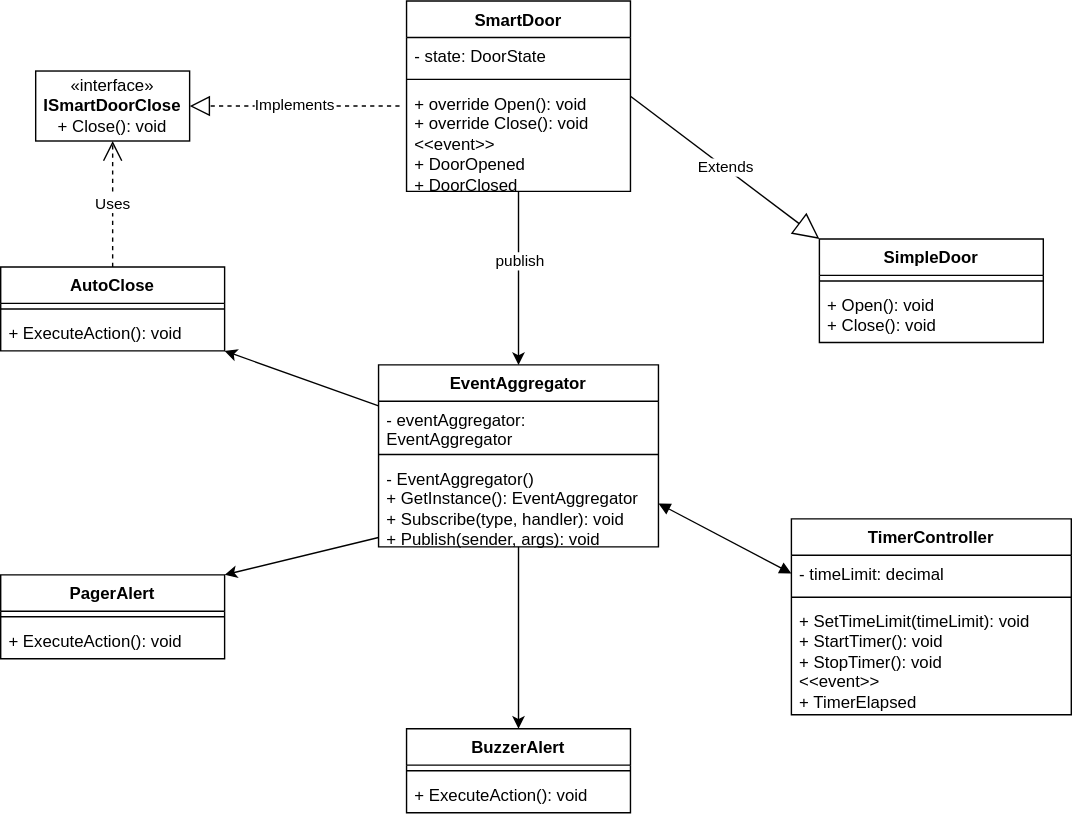
The draw.io diagram Article/Improved Design.svg in rnachiappan123/Zeiss-Freshers-Bootcamp-2024, before a commit. Source tidied: cells renumbered, new cells last; positions are measured from the earlier drawing's top-left corner, leaving out a move shared by most shapes. Source of this version:
```xml
<mxGraphModel>
  <root>
    <mxCell id="0" />
    <mxCell id="1" parent="0" />
    <mxCell id="2" value="SimpleDoor" style="swimlane;fontStyle=1;align=center;verticalAlign=top;horizontal=1;startSize=26;whiteSpace=wrap;html=1;" parent="1" vertex="1">
      <mxGeometry x="585" y="170" width="160" height="74" as="geometry" />
    </mxCell>
    <mxCell id="3" style="line;strokeWidth=1;fillColor=none;align=left;verticalAlign=middle;spacingTop=-1;spacingLeft=3;spacingRight=3;labelPosition=right;strokeColor=inherit;" parent="2" vertex="1">
      <mxGeometry y="26" width="160" height="8" as="geometry" />
    </mxCell>
    <mxCell id="4" value="&lt;div&gt;+ Open(): void&lt;/div&gt;&lt;div&gt;+ Close(): void&lt;br&gt;&lt;/div&gt;" style="text;strokeColor=none;fillColor=none;align=left;verticalAlign=top;spacingLeft=4;spacingRight=4;overflow=hidden;whiteSpace=wrap;html=1;" parent="2" vertex="1">
      <mxGeometry y="34" width="160" height="40" as="geometry" />
    </mxCell>
    <mxCell id="5" style="edgeStyle=orthogonalEdgeStyle;rounded=0;jettySize=auto;html=1;entryX=0.5;entryY=0;entryDx=0;entryDy=0;" parent="1" edge="1" source="7" target="27">
      <mxGeometry relative="1" as="geometry" />
    </mxCell>
    <mxCell id="6" value="publish" style="edgeLabel;html=1;align=center;verticalAlign=middle;" parent="5" vertex="1">
      <mxGeometry x="-0.22" relative="1" as="geometry" />
    </mxCell>
    <mxCell id="7" value="SmartDoor" style="swimlane;fontStyle=1;align=center;verticalAlign=top;horizontal=1;startSize=26;whiteSpace=wrap;html=1;" parent="1" vertex="1">
      <mxGeometry x="290" width="160" height="136" as="geometry" />
    </mxCell>
    <mxCell id="8" value="- state: DoorState" style="text;strokeColor=none;fillColor=none;align=left;verticalAlign=top;spacingLeft=4;spacingRight=4;overflow=hidden;whiteSpace=wrap;html=1;" parent="7" vertex="1">
      <mxGeometry y="26" width="160" height="26" as="geometry" />
    </mxCell>
    <mxCell id="9" style="line;strokeWidth=1;fillColor=none;align=left;verticalAlign=middle;spacingTop=-1;spacingLeft=3;spacingRight=3;labelPosition=right;strokeColor=inherit;" parent="7" vertex="1">
      <mxGeometry y="52" width="160" height="8" as="geometry" />
    </mxCell>
    <mxCell id="10" value="&lt;div&gt;+ override Open(): void&lt;/div&gt;&lt;div&gt;+ override Close(): void&lt;/div&gt;&lt;div&gt;&amp;lt;&amp;lt;event&amp;gt;&amp;gt;&lt;/div&gt;&lt;div&gt;+ DoorOpened&lt;br&gt;&lt;/div&gt;&lt;div&gt;+ DoorClosed&lt;br&gt;&lt;/div&gt;" style="text;strokeColor=none;fillColor=none;align=left;verticalAlign=top;spacingLeft=4;spacingRight=4;overflow=hidden;whiteSpace=wrap;html=1;" parent="7" vertex="1">
      <mxGeometry y="60" width="160" height="76" as="geometry" />
    </mxCell>
    <mxCell id="11" value="TimerController" style="swimlane;fontStyle=1;align=center;verticalAlign=top;horizontal=1;startSize=26;whiteSpace=wrap;html=1;" parent="1" vertex="1">
      <mxGeometry x="565" y="370" width="200" height="140" as="geometry" />
    </mxCell>
    <mxCell id="12" value="- timeLimit: decimal" style="text;strokeColor=none;fillColor=none;align=left;verticalAlign=top;spacingLeft=4;spacingRight=4;overflow=hidden;points=[[0,0.5],[1,0.5]];portConstraint=eastwest;whiteSpace=wrap;html=1;" parent="11" vertex="1">
      <mxGeometry y="26" width="200" height="26" as="geometry" />
    </mxCell>
    <mxCell id="13" style="line;strokeWidth=1;fillColor=none;align=left;verticalAlign=middle;spacingTop=-1;spacingLeft=3;spacingRight=3;labelPosition=right;strokeColor=inherit;" parent="11" vertex="1">
      <mxGeometry y="52" width="200" height="8" as="geometry" />
    </mxCell>
    <mxCell id="14" value="&lt;div&gt;+ SetTimeLimit(timeLimit): void&lt;br&gt;&lt;/div&gt;&lt;div&gt;+ StartTimer(): void&lt;/div&gt;&lt;div&gt;+ StopTimer(): void&lt;/div&gt;&lt;div&gt;&amp;lt;&amp;lt;event&amp;gt;&amp;gt;&lt;/div&gt;&lt;div&gt;+ TimerElapsed&lt;br&gt;&lt;/div&gt;" style="text;strokeColor=none;fillColor=none;align=left;verticalAlign=top;spacingLeft=4;spacingRight=4;overflow=hidden;whiteSpace=wrap;html=1;" parent="11" vertex="1">
      <mxGeometry y="60" width="200" height="80" as="geometry" />
    </mxCell>
    <mxCell id="15" value="BuzzerAlert" style="swimlane;fontStyle=1;align=center;verticalAlign=top;horizontal=1;startSize=26;whiteSpace=wrap;html=1;" parent="1" vertex="1">
      <mxGeometry x="290" y="520" width="160" height="60" as="geometry" />
    </mxCell>
    <mxCell id="16" style="line;strokeWidth=1;fillColor=none;align=left;verticalAlign=middle;spacingTop=-1;spacingLeft=3;spacingRight=3;labelPosition=right;strokeColor=inherit;" parent="15" vertex="1">
      <mxGeometry y="26" width="160" height="8" as="geometry" />
    </mxCell>
    <mxCell id="17" value="+ ExecuteAction(): void" style="text;strokeColor=none;fillColor=none;align=left;verticalAlign=top;spacingLeft=4;spacingRight=4;overflow=hidden;whiteSpace=wrap;html=1;" parent="15" vertex="1">
      <mxGeometry y="34" width="160" height="26" as="geometry" />
    </mxCell>
    <mxCell id="18" value="PagerAlert" style="swimlane;fontStyle=1;align=center;verticalAlign=top;horizontal=1;startSize=26;whiteSpace=wrap;html=1;" parent="1" vertex="1">
      <mxGeometry y="410" width="160" height="60" as="geometry" />
    </mxCell>
    <mxCell id="19" style="line;strokeWidth=1;fillColor=none;align=left;verticalAlign=middle;spacingTop=-1;spacingLeft=3;spacingRight=3;labelPosition=right;strokeColor=inherit;" parent="18" vertex="1">
      <mxGeometry y="26" width="160" height="8" as="geometry" />
    </mxCell>
    <mxCell id="20" value="+ ExecuteAction(): void" style="text;strokeColor=none;fillColor=none;align=left;verticalAlign=top;spacingLeft=4;spacingRight=4;overflow=hidden;whiteSpace=wrap;html=1;" parent="18" vertex="1">
      <mxGeometry y="34" width="160" height="26" as="geometry" />
    </mxCell>
    <mxCell id="21" value="AutoClose" style="swimlane;fontStyle=1;align=center;verticalAlign=top;horizontal=1;startSize=26;whiteSpace=wrap;html=1;" parent="1" vertex="1">
      <mxGeometry y="190" width="160" height="60" as="geometry" />
    </mxCell>
    <mxCell id="22" style="line;strokeWidth=1;fillColor=none;align=left;verticalAlign=middle;spacingTop=-1;spacingLeft=3;spacingRight=3;labelPosition=right;strokeColor=inherit;" parent="21" vertex="1">
      <mxGeometry y="26" width="160" height="8" as="geometry" />
    </mxCell>
    <mxCell id="23" value="+ ExecuteAction(): void" style="text;strokeColor=none;fillColor=none;align=left;verticalAlign=top;spacingLeft=4;spacingRight=4;overflow=hidden;whiteSpace=wrap;html=1;" parent="21" vertex="1">
      <mxGeometry y="34" width="160" height="26" as="geometry" />
    </mxCell>
    <mxCell id="24" value="Extends" style="endArrow=block;endSize=16;endFill=0;html=1;rounded=0;exitX=1;exitY=0.5;exitDx=0;exitDy=0;entryX=0;entryY=0;entryDx=0;entryDy=0;" parent="1" edge="1" source="7" target="2">
      <mxGeometry relative="1" as="geometry" />
    </mxCell>
    <mxCell id="25" style="edgeStyle=orthogonalEdgeStyle;rounded=0;jettySize=auto;html=1;entryX=0.5;entryY=0;entryDx=0;entryDy=0;" parent="1" edge="1" source="27" target="15">
      <mxGeometry relative="1" as="geometry" />
    </mxCell>
    <mxCell id="26" style="rounded=0;jettySize=auto;html=1;entryX=1;entryY=1;entryDx=0;entryDy=0;" parent="1" edge="1" source="27" target="21">
      <mxGeometry relative="1" as="geometry" />
    </mxCell>
    <mxCell id="27" value="EventAggregator" style="swimlane;fontStyle=1;align=center;verticalAlign=top;horizontal=1;startSize=26;whiteSpace=wrap;html=1;" parent="1" vertex="1">
      <mxGeometry x="270" y="260" width="200" height="130" as="geometry" />
    </mxCell>
    <mxCell id="28" value="&lt;div&gt;- eventAggregator: EventAggregator&lt;/div&gt;&lt;div&gt;- subscriberList: dictionary&lt;/div&gt;" style="text;strokeColor=none;fillColor=none;align=left;verticalAlign=top;spacingLeft=4;spacingRight=4;overflow=hidden;whiteSpace=wrap;html=1;" parent="27" vertex="1">
      <mxGeometry y="26" width="200" height="34" as="geometry" />
    </mxCell>
    <mxCell id="29" style="line;strokeWidth=1;fillColor=none;align=left;verticalAlign=middle;spacingTop=-1;spacingLeft=3;spacingRight=3;labelPosition=right;strokeColor=inherit;" parent="27" vertex="1">
      <mxGeometry y="60" width="200" height="8" as="geometry" />
    </mxCell>
    <mxCell id="30" value="&lt;div&gt;- EventAggregator()&lt;/div&gt;&lt;div&gt;+ GetInstance(): EventAggregator&lt;br&gt;&lt;/div&gt;&lt;div&gt;+ Subscribe(type, handler): void&lt;/div&gt;&lt;div&gt;+ Publish(sender, args): void&lt;br&gt;&lt;/div&gt;" style="text;strokeColor=none;fillColor=none;align=left;verticalAlign=top;spacingLeft=4;spacingRight=4;overflow=hidden;points=[[0,0.5],[1,0.5]];portConstraint=eastwest;whiteSpace=wrap;html=1;" parent="27" vertex="1">
      <mxGeometry y="68" width="200" height="62" as="geometry" />
    </mxCell>
    <mxCell id="31" value="«interface»&lt;br&gt;&lt;div&gt;&lt;b&gt;ISmartDoorClose&lt;/b&gt;&lt;/div&gt;&lt;div&gt;+ Close(): void&lt;br&gt;&lt;/div&gt;" style="html=1;whiteSpace=wrap;" parent="1" vertex="1">
      <mxGeometry x="25" y="50" width="110" height="50" as="geometry" />
    </mxCell>
    <mxCell id="32" value="Uses" style="endArrow=open;endSize=12;dashed=1;html=1;rounded=0;exitX=0.5;exitY=0;exitDx=0;exitDy=0;entryX=0.5;entryY=1;entryDx=0;entryDy=0;" parent="1" edge="1" source="21" target="31">
      <mxGeometry relative="1" as="geometry" />
    </mxCell>
    <mxCell id="33" style="endArrow=block;dashed=1;endFill=0;endSize=12;html=1;rounded=0;entryX=1;entryY=0.5;entryDx=0;entryDy=0;" parent="1" edge="1" target="31">
      <mxGeometry relative="1" as="geometry">
        <mxPoint x="285" y="75" as="sourcePoint" />
      </mxGeometry>
    </mxCell>
    <mxCell id="34" value="Implements" style="edgeLabel;html=1;align=center;verticalAlign=middle;" parent="33" vertex="1">
      <mxGeometry x="0.02" y="-2" relative="1" as="geometry" />
    </mxCell>
    <mxCell id="35" style="rounded=0;jettySize=auto;html=1;entryX=1;entryY=0;entryDx=0;entryDy=0;" parent="1" edge="1" source="30" target="18">
      <mxGeometry relative="1" as="geometry" />
    </mxCell>
    <mxCell id="36" style="endArrow=block;startArrow=block;endFill=1;startFill=1;html=1;rounded=0;entryX=0;entryY=0.5;entryDx=0;entryDy=0;exitX=1;exitY=0.5;exitDx=0;exitDy=0;" parent="1" edge="1" source="30" target="12">
      <mxGeometry relative="1" as="geometry" />
    </mxCell>
  </root>
</mxGraphModel>
```
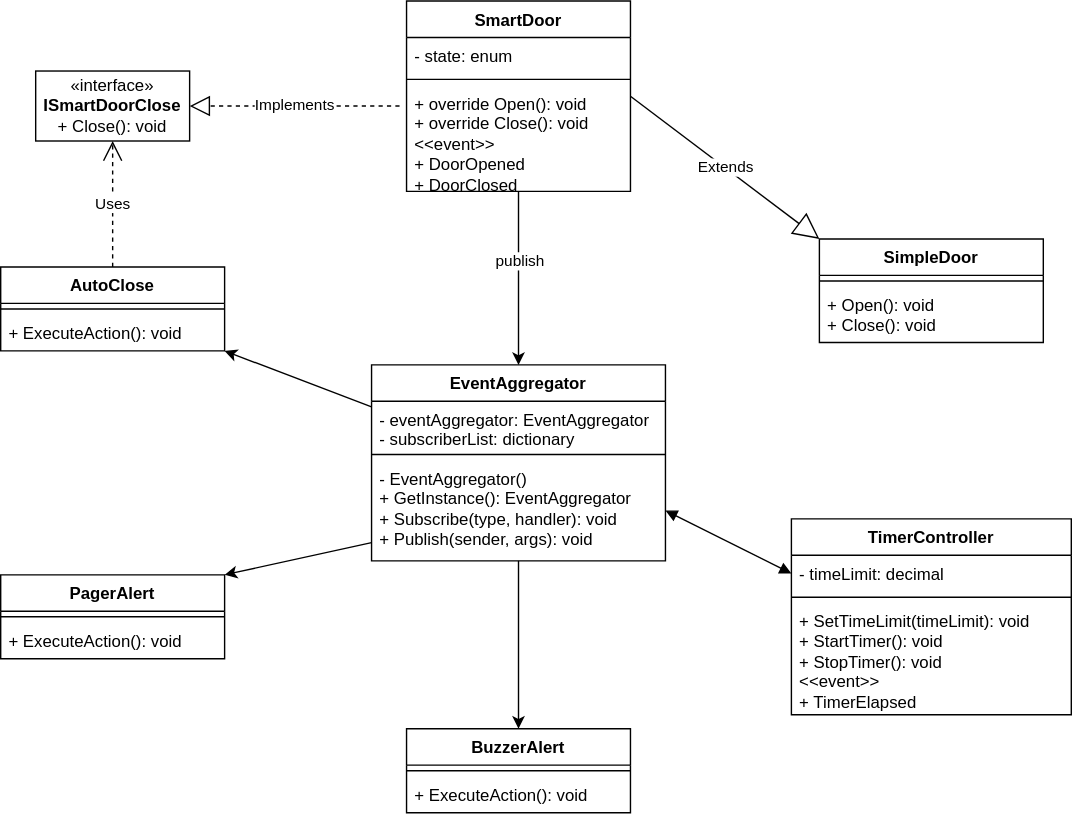
The same file after the commit.

What changed in the source:
```diff
@@ -20,7 +20,7 @@
     <mxCell id="7" value="SmartDoor" style="swimlane;fontStyle=1;align=center;verticalAlign=top;horizontal=1;startSize=26;whiteSpace=wrap;html=1;" parent="1" vertex="1">
       <mxGeometry x="290" width="160" height="136" as="geometry" />
     </mxCell>
-    <mxCell id="8" value="- state: DoorState" style="text;strokeColor=none;fillColor=none;align=left;verticalAlign=top;spacingLeft=4;spacingRight=4;overflow=hidden;whiteSpace=wrap;html=1;" parent="7" vertex="1">
+    <mxCell id="8" value="- state: enum" style="text;strokeColor=none;fillColor=none;align=left;verticalAlign=top;spacingLeft=4;spacingRight=4;overflow=hidden;whiteSpace=wrap;html=1;" parent="7" vertex="1">
       <mxGeometry y="26" width="160" height="26" as="geometry" />
     </mxCell>
     <mxCell id="9" style="line;strokeWidth=1;fillColor=none;align=left;verticalAlign=middle;spacingTop=-1;spacingLeft=3;spacingRight=3;labelPosition=right;strokeColor=inherit;" parent="7" vertex="1">
@@ -78,16 +78,16 @@
       <mxGeometry relative="1" as="geometry" />
     </mxCell>
     <mxCell id="27" value="EventAggregator" style="swimlane;fontStyle=1;align=center;verticalAlign=top;horizontal=1;startSize=26;whiteSpace=wrap;html=1;" parent="1" vertex="1">
-      <mxGeometry x="270" y="260" width="200" height="130" as="geometry" />
+      <mxGeometry x="265" y="260" width="210" height="140" as="geometry" />
     </mxCell>
     <mxCell id="28" value="&lt;div&gt;- eventAggregator: EventAggregator&lt;/div&gt;&lt;div&gt;- subscriberList: dictionary&lt;/div&gt;" style="text;strokeColor=none;fillColor=none;align=left;verticalAlign=top;spacingLeft=4;spacingRight=4;overflow=hidden;whiteSpace=wrap;html=1;" parent="27" vertex="1">
-      <mxGeometry y="26" width="200" height="34" as="geometry" />
+      <mxGeometry y="26" width="210" height="34" as="geometry" />
     </mxCell>
     <mxCell id="29" style="line;strokeWidth=1;fillColor=none;align=left;verticalAlign=middle;spacingTop=-1;spacingLeft=3;spacingRight=3;labelPosition=right;strokeColor=inherit;" parent="27" vertex="1">
-      <mxGeometry y="60" width="200" height="8" as="geometry" />
+      <mxGeometry y="60" width="210" height="8" as="geometry" />
     </mxCell>
     <mxCell id="30" value="&lt;div&gt;- EventAggregator()&lt;/div&gt;&lt;div&gt;+ GetInstance(): EventAggregator&lt;br&gt;&lt;/div&gt;&lt;div&gt;+ Subscribe(type, handler): void&lt;/div&gt;&lt;div&gt;+ Publish(sender, args): void&lt;br&gt;&lt;/div&gt;" style="text;strokeColor=none;fillColor=none;align=left;verticalAlign=top;spacingLeft=4;spacingRight=4;overflow=hidden;points=[[0,0.5],[1,0.5]];portConstraint=eastwest;whiteSpace=wrap;html=1;" parent="27" vertex="1">
-      <mxGeometry y="68" width="200" height="62" as="geometry" />
+      <mxGeometry y="68" width="210" height="72" as="geometry" />
     </mxCell>
     <mxCell id="31" value="«interface»&lt;br&gt;&lt;div&gt;&lt;b&gt;ISmartDoorClose&lt;/b&gt;&lt;/div&gt;&lt;div&gt;+ Close(): void&lt;br&gt;&lt;/div&gt;" style="html=1;whiteSpace=wrap;" parent="1" vertex="1">
       <mxGeometry x="25" y="50" width="110" height="50" as="geometry" />
```
